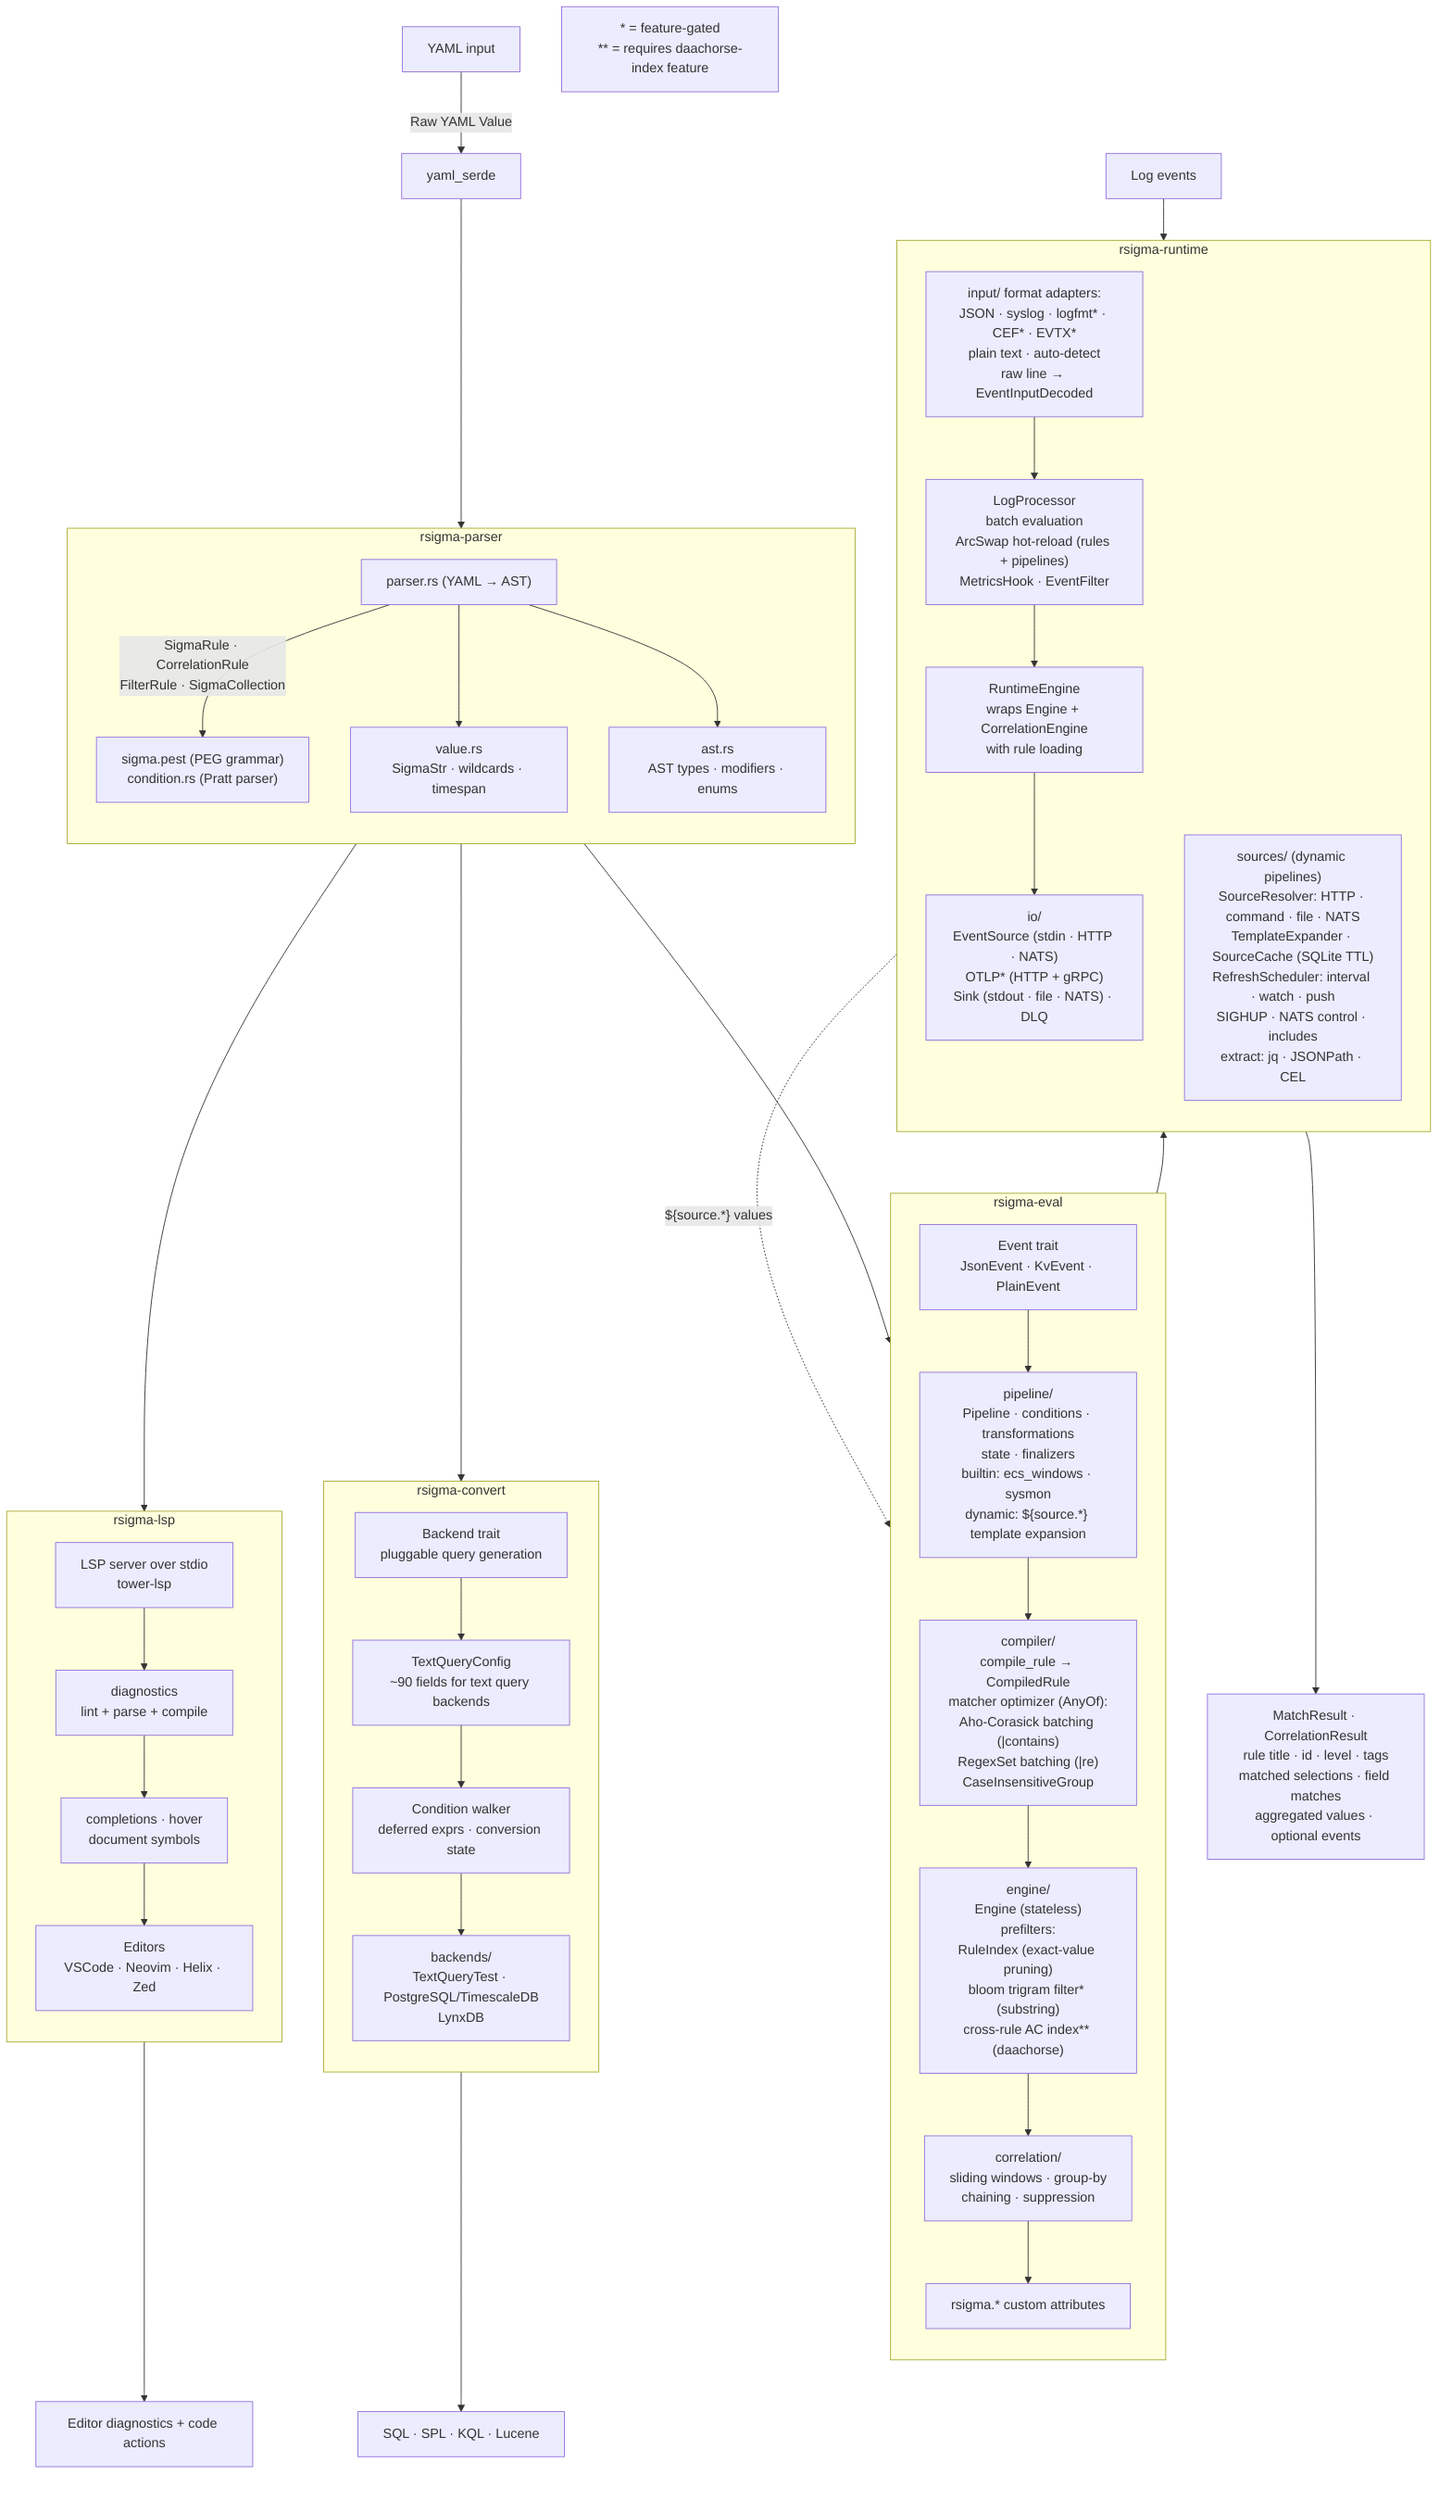
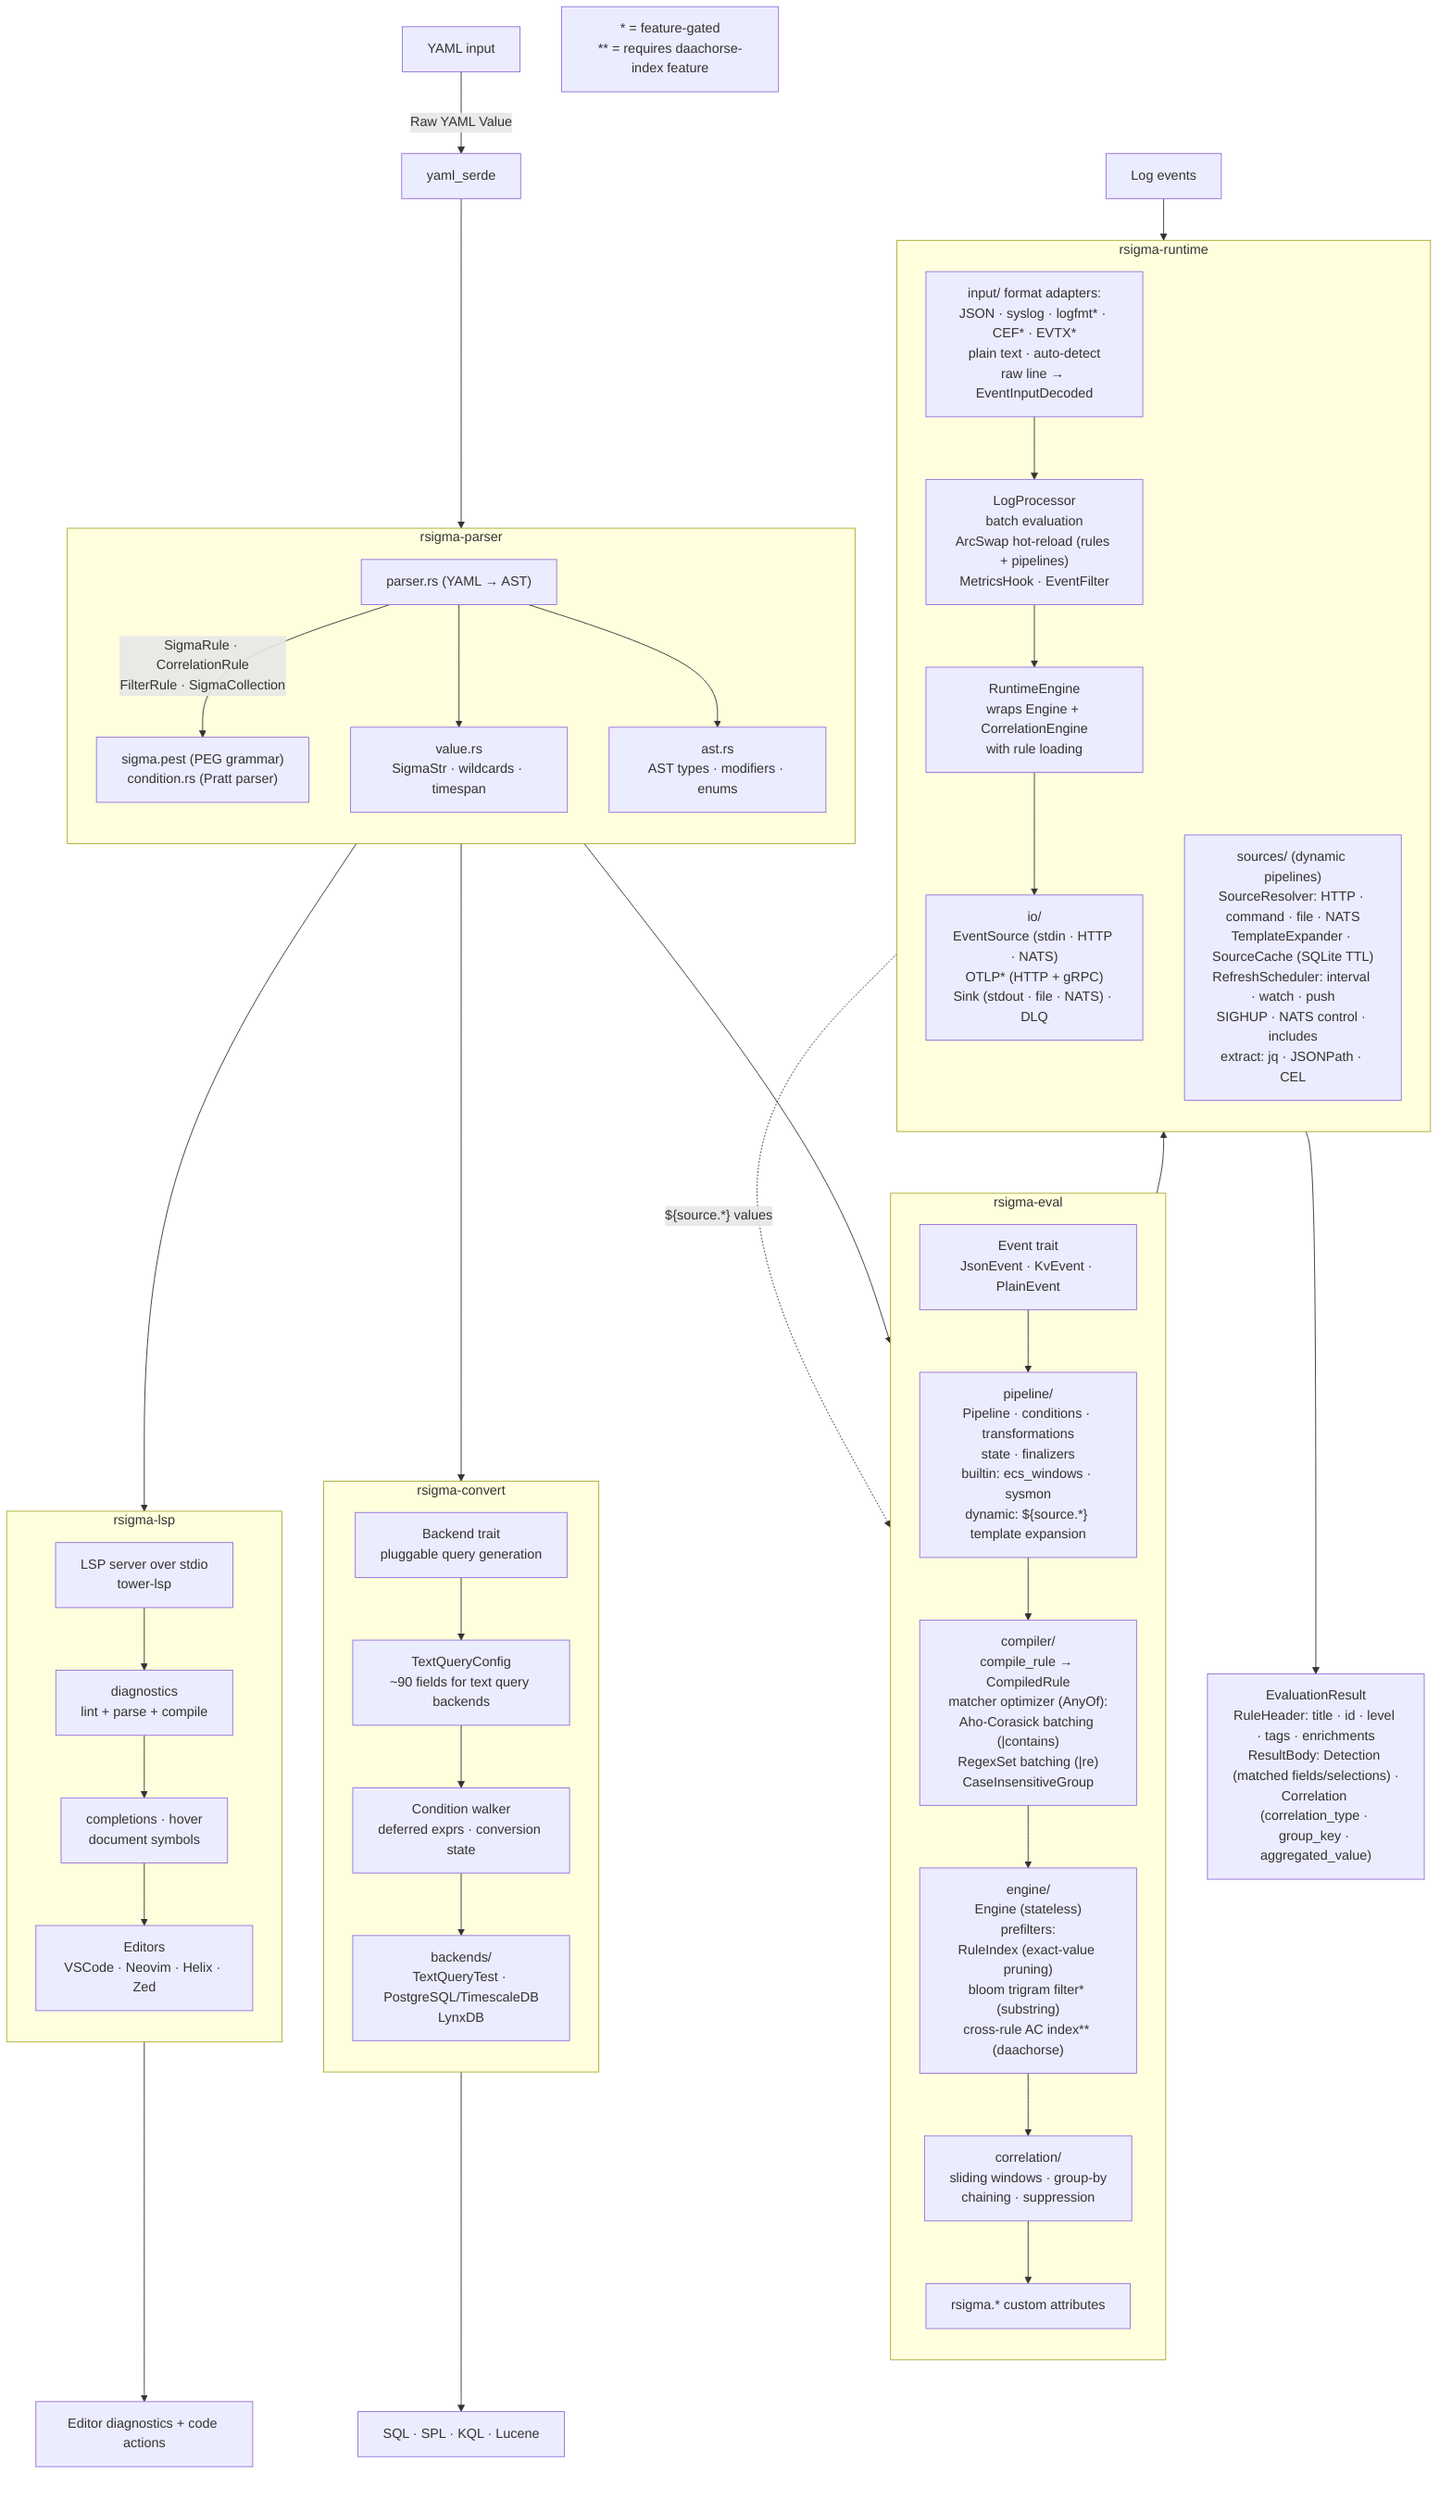
flowchart TD
    YAML["YAML input"]
    SERDE["yaml_serde"]
    EVENTS["Log events"]
-     OUTPUT["MatchResult · CorrelationResult\nrule title · id · level · tags\nmatched selections · field matches\naggregated values · optional events"]
+     OUTPUT["EvaluationResult\nRuleHeader: title · id · level · tags · enrichments\nResultBody: Detection (matched fields/selections) ·\nCorrelation (correlation_type · group_key · aggregated_value)"]
    QUERIES["SQL · SPL · KQL · Lucene"]
    EDITOR["Editor diagnostics + code actions"]
    LEGEND["* = feature-gated\n** = requires daachorse-index feature"]

    subgraph rsigma-parser
        direction TB
        PARSE["parser.rs (YAML → AST)"] -->|"SigmaRule · CorrelationRule\nFilterRule · SigmaCollection"| PEST["sigma.pest (PEG grammar)\ncondition.rs (Pratt parser)"]
        PARSE --> VALUE["value.rs\nSigmaStr · wildcards · timespan"]
        PARSE --> AST["ast.rs\nAST types · modifiers · enums"]
    end

    subgraph rsigma-eval
        direction TB
        ETRAIT["Event trait\nJsonEvent · KvEvent · PlainEvent"]
        ETRAIT --> EPIPE["pipeline/\nPipeline · conditions · transformations\nstate · finalizers\nbuiltin: ecs_windows · sysmon\ndynamic: ${source.*} template expansion"]
        EPIPE --> ECOMP["compiler/\ncompile_rule → CompiledRule\nmatcher optimizer (AnyOf):\nAho-Corasick batching (|contains)\nRegexSet batching (|re)\nCaseInsensitiveGroup"]
        ECOMP --> EENG["engine/\nEngine (stateless)\nprefilters:\nRuleIndex (exact-value pruning)\nbloom trigram filter* (substring)\ncross-rule AC index** (daachorse)"]
        EENG --> ECORR["correlation/\nsliding windows · group-by\nchaining · suppression"]
        ECORR --> ECUST["rsigma.* custom attributes"]
    end

    subgraph rsigma-convert
        direction TB
        CBACK["Backend trait\npluggable query generation"]
        CBACK --> CTQC["TextQueryConfig\n~90 fields for text query backends"]
        CTQC --> CWALK["Condition walker\ndeferred exprs · conversion state"]
        CWALK --> CENDS["backends/\nTextQueryTest · PostgreSQL/TimescaleDB\nLynxDB"]
    end

    subgraph rsigma-lsp
        direction TB
        LSERV["LSP server over stdio\ntower-lsp"]
        LSERV --> LDIAG["diagnostics\nlint + parse + compile"]
        LDIAG --> LFEAT["completions · hover\ndocument symbols"]
        LFEAT --> LEDIT["Editors\nVSCode · Neovim · Helix · Zed"]
    end

    subgraph rsigma-runtime
        direction TB
        RINPUT["input/ format adapters:\nJSON · syslog · logfmt* · CEF* · EVTX*\nplain text · auto-detect\nraw line → EventInputDecoded"]
        RINPUT --> RPROC["LogProcessor\nbatch evaluation\nArcSwap hot-reload (rules + pipelines)\nMetricsHook · EventFilter"]
        RPROC --> RENG["RuntimeEngine\nwraps Engine + CorrelationEngine\nwith rule loading"]
        RENG --> RIO["io/\nEventSource (stdin · HTTP · NATS)\nOTLP* (HTTP + gRPC)\nSink (stdout · file · NATS) · DLQ"]
        RSRC["sources/ (dynamic pipelines)\nSourceResolver: HTTP · command · file · NATS\nTemplateExpander · SourceCache (SQLite TTL)\nRefreshScheduler: interval · watch · push\nSIGHUP · NATS control · includes\nextract: jq · JSONPath · CEL"]
    end

    YAML -->|"Raw YAML Value"| SERDE
    SERDE --> PARSE
    PEST --> ETRAIT
    PEST --> CBACK
    PEST --> LSERV
    ECUST --> RENG
    EVENTS --> RINPUT
    RIO --> OUTPUT
    CENDS --> QUERIES
    LEDIT --> EDITOR
    RSRC -.->|"${source.*} values"| EPIPE
